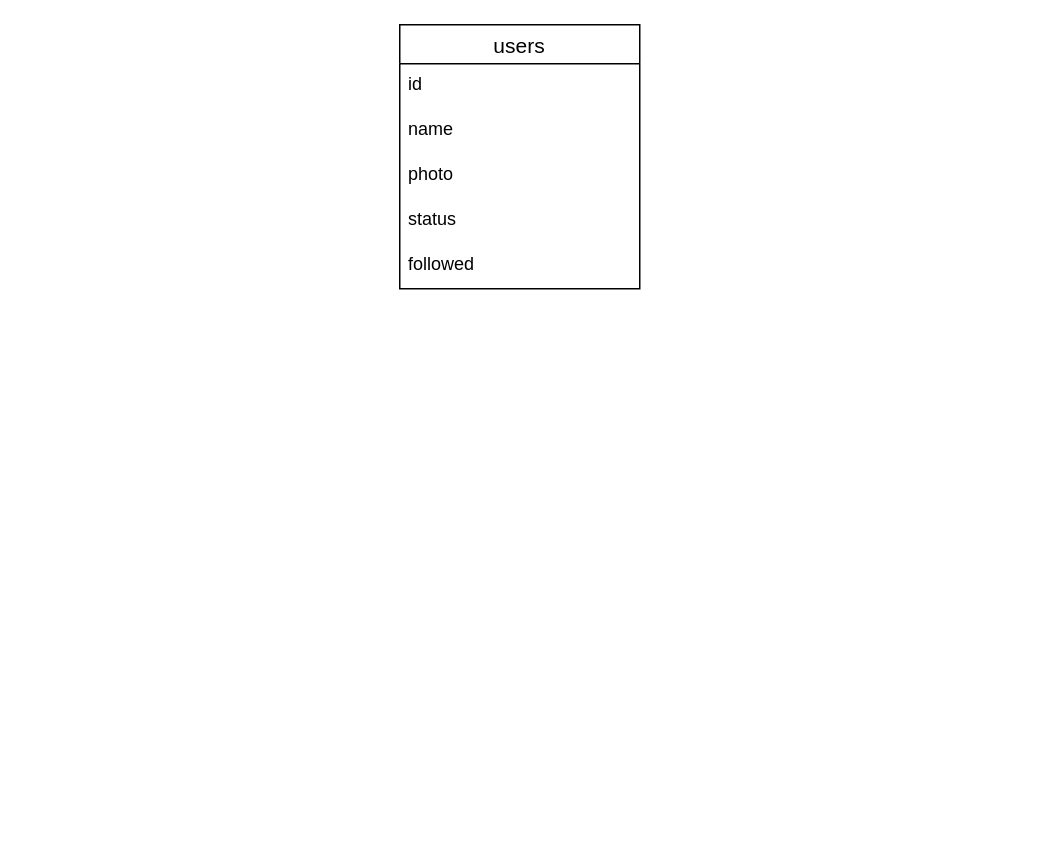
The draw.io diagram Untitled Diagram.drawio in 89224747505/diagrams, before the edit. Source tidied: cells renumbered, new cells numbered last; positions are measured from the earlier drawing's top-left corner, leaving out a move shared by most shapes. Both pictures are drawn from the tidied source at 150%, with x=0, y=0 at pixel (399, 24).
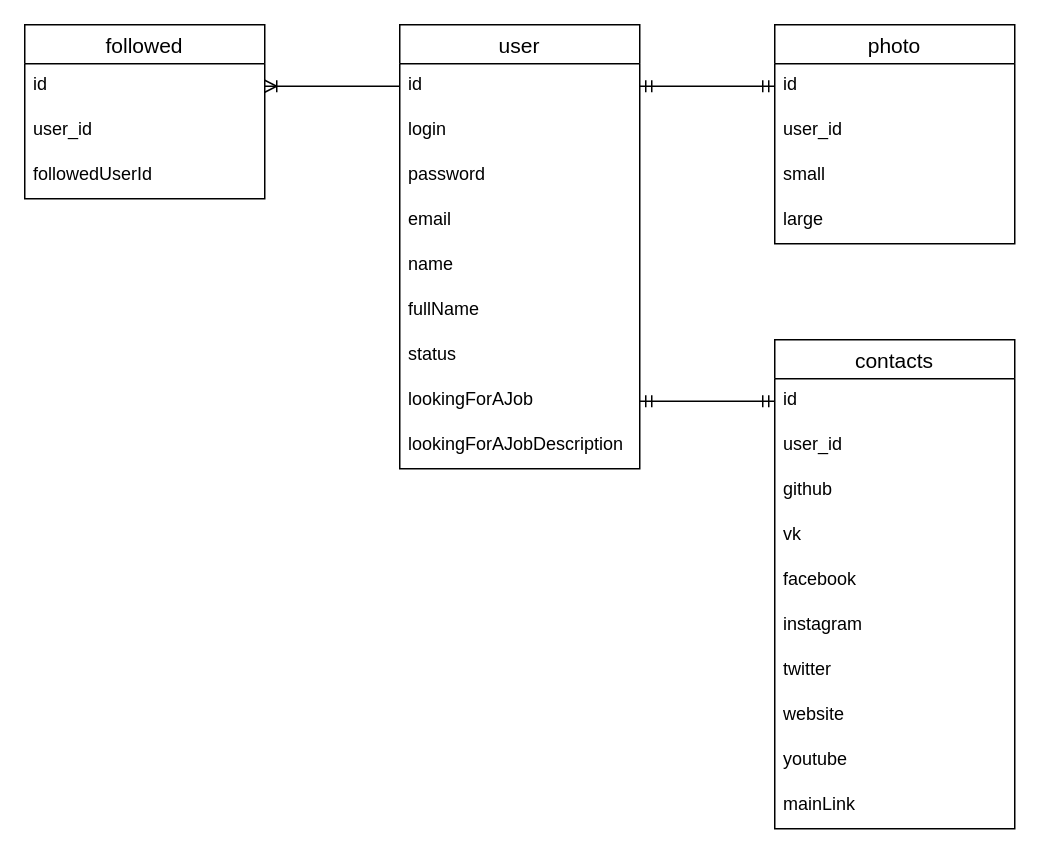
After the change.

Unchanged cells that the change refers to:
```xml
<mxCell id="3" value="id" style="text;strokeColor=none;fillColor=none;spacingLeft=4;spacingRight=4;overflow=hidden;points=[[0,0.5],[1,0.5]];portConstraint=eastwest;fontSize=12;" parent="2" vertex="1">
  <mxGeometry y="26" width="160" height="30" as="geometry" />
</mxCell>
```

Diff of the diagram source:
```diff
@@
-    <mxCell id="2" value="users" style="swimlane;fontStyle=0;horizontal=1;startSize=26;align=center;fontSize=14;" parent="1" vertex="1">
-      <mxGeometry width="160" height="176" as="geometry" />
+    <mxCell id="2" value="user" style="swimlane;fontStyle=0;horizontal=1;startSize=26;align=center;fontSize=14;" parent="1" vertex="1">
+      <mxGeometry width="160" height="296" as="geometry" />
     </mxCell>
@@
+    <mxCell id="8" value="login" style="text;strokeColor=none;fillColor=none;spacingLeft=4;spacingRight=4;overflow=hidden;fontSize=12;" parent="2" vertex="1">
+      <mxGeometry y="56" width="160" height="30" as="geometry" />
+    </mxCell>
+    <mxCell id="9" value="password" style="text;strokeColor=none;fillColor=none;spacingLeft=4;spacingRight=4;overflow=hidden;fontSize=12;" parent="2" vertex="1">
+      <mxGeometry y="86" width="160" height="30" as="geometry" />
+    </mxCell>
+    <mxCell id="10" value="email" style="text;strokeColor=none;fillColor=none;spacingLeft=4;spacingRight=4;overflow=hidden;fontSize=12;" parent="2" vertex="1">
+      <mxGeometry y="116" width="160" height="30" as="geometry" />
+    </mxCell>
     <mxCell id="4" value="name" style="text;strokeColor=none;fillColor=none;spacingLeft=4;spacingRight=4;overflow=hidden;fontSize=12;" parent="2" vertex="1">
-      <mxGeometry y="56" width="160" height="30" as="geometry" />
+      <mxGeometry y="146" width="160" height="30" as="geometry" />
     </mxCell>
+    <mxCell id="11" value="fullName" style="text;strokeColor=none;fillColor=none;spacingLeft=4;spacingRight=4;overflow=hidden;fontSize=12;" parent="2" vertex="1">
+      <mxGeometry y="176" width="160" height="30" as="geometry" />
+    </mxCell>
+    <mxCell id="6" value="status" style="text;strokeColor=none;fillColor=none;spacingLeft=4;spacingRight=4;overflow=hidden;fontSize=12;" parent="2" vertex="1">
+      <mxGeometry y="206" width="160" height="30" as="geometry" />
+    </mxCell>
+    <mxCell id="12" value="lookingForAJob" style="text;strokeColor=none;fillColor=none;spacingLeft=4;spacingRight=4;overflow=hidden;points=[[0,0.5],[1,0.5]];portConstraint=eastwest;fontSize=12;" parent="2" vertex="1">
+      <mxGeometry y="236" width="160" height="30" as="geometry" />
+    </mxCell>
+    <mxCell id="13" value="lookingForAJobDescription" style="text;strokeColor=none;fillColor=none;spacingLeft=4;spacingRight=4;overflow=hidden;fontSize=12;" parent="2" vertex="1">
+      <mxGeometry y="266" width="160" height="30" as="geometry" />
+    </mxCell>
-    <mxCell id="5" value="photo" style="text;strokeColor=none;fillColor=none;spacingLeft=4;spacingRight=4;overflow=hidden;fontSize=12;" parent="2" vertex="1">
-      <mxGeometry y="86" width="160" height="30" as="geometry" />
+    <mxCell id="5" value="photo" style="swimlane;fontStyle=0;horizontal=1;startSize=26;align=center;fontSize=14;" parent="1" vertex="1">
+      <mxGeometry x="250" width="160" height="146" as="geometry" />
     </mxCell>
-    <mxCell id="6" value="status" style="text;strokeColor=none;fillColor=none;spacingLeft=4;spacingRight=4;overflow=hidden;fontSize=12;" parent="2" vertex="1">
-      <mxGeometry y="116" width="160" height="30" as="geometry" />
-    </mxCell>
+    <mxCell id="14" value="id" style="text;strokeColor=none;fillColor=none;spacingLeft=4;spacingRight=4;overflow=hidden;points=[[0,0.5],[1,0.5]];portConstraint=eastwest;fontSize=12;" parent="5" vertex="1">
+      <mxGeometry y="26" width="160" height="30" as="geometry" />
+    </mxCell>
+    <mxCell id="15" value="user_id" style="text;strokeColor=none;fillColor=none;spacingLeft=4;spacingRight=4;overflow=hidden;fontSize=12;" parent="5" vertex="1">
+      <mxGeometry y="56" width="160" height="30" as="geometry" />
+    </mxCell>
+    <mxCell id="16" value="small" style="text;strokeColor=none;fillColor=none;spacingLeft=4;spacingRight=4;overflow=hidden;fontSize=12;" parent="5" vertex="1">
+      <mxGeometry y="86" width="160" height="30" as="geometry" />
+    </mxCell>
+    <mxCell id="17" value="large" style="text;strokeColor=none;fillColor=none;spacingLeft=4;spacingRight=4;overflow=hidden;fontSize=12;" parent="5" vertex="1">
+      <mxGeometry y="116" width="160" height="30" as="geometry" />
+    </mxCell>
+    <mxCell id="18" style="edgeStyle=orthogonalEdgeStyle;fontSize=12;html=1;endArrow=ERmandOne;startArrow=ERmandOne;rounded=0;exitX=1;exitY=0.5;exitDx=0;exitDy=0;entryX=0;entryY=0.5;entryDx=0;entryDy=0;" parent="1" edge="1" source="3" target="14">
+      <mxGeometry relative="1" as="geometry" />
+    </mxCell>
+    <mxCell id="19" value="contacts" style="swimlane;fontStyle=0;horizontal=1;startSize=26;align=center;fontSize=14;" parent="1" vertex="1">
+      <mxGeometry x="250" y="210" width="160" height="326" as="geometry" />
+    </mxCell>
+    <mxCell id="20" value="id" style="text;strokeColor=none;fillColor=none;spacingLeft=4;spacingRight=4;overflow=hidden;points=[[0,0.5],[1,0.5]];portConstraint=eastwest;fontSize=12;" parent="19" vertex="1">
+      <mxGeometry y="26" width="160" height="30" as="geometry" />
+    </mxCell>
+    <mxCell id="21" value="user_id" style="text;strokeColor=none;fillColor=none;spacingLeft=4;spacingRight=4;overflow=hidden;fontSize=12;" parent="19" vertex="1">
+      <mxGeometry y="56" width="160" height="30" as="geometry" />
+    </mxCell>
+    <mxCell id="22" value="github" style="text;strokeColor=none;fillColor=none;spacingLeft=4;spacingRight=4;overflow=hidden;fontSize=12;" parent="19" vertex="1">
+      <mxGeometry y="86" width="160" height="30" as="geometry" />
+    </mxCell>
+    <mxCell id="23" value="vk" style="text;strokeColor=none;fillColor=none;spacingLeft=4;spacingRight=4;overflow=hidden;fontSize=12;" parent="19" vertex="1">
+      <mxGeometry y="116" width="160" height="30" as="geometry" />
+    </mxCell>
+    <mxCell id="24" value="facebook" style="text;strokeColor=none;fillColor=none;spacingLeft=4;spacingRight=4;overflow=hidden;fontSize=12;" parent="19" vertex="1">
+      <mxGeometry y="146" width="160" height="30" as="geometry" />
+    </mxCell>
+    <mxCell id="25" value="instagram" style="text;strokeColor=none;fillColor=none;spacingLeft=4;spacingRight=4;overflow=hidden;fontSize=12;" parent="19" vertex="1">
+      <mxGeometry y="176" width="160" height="30" as="geometry" />
+    </mxCell>
+    <mxCell id="26" value="twitter" style="text;strokeColor=none;fillColor=none;spacingLeft=4;spacingRight=4;overflow=hidden;fontSize=12;" parent="19" vertex="1">
+      <mxGeometry y="206" width="160" height="30" as="geometry" />
+    </mxCell>
+    <mxCell id="27" value="website" style="text;strokeColor=none;fillColor=none;spacingLeft=4;spacingRight=4;overflow=hidden;fontSize=12;" parent="19" vertex="1">
+      <mxGeometry y="236" width="160" height="30" as="geometry" />
+    </mxCell>
+    <mxCell id="28" value="youtube" style="text;strokeColor=none;fillColor=none;spacingLeft=4;spacingRight=4;overflow=hidden;fontSize=12;" parent="19" vertex="1">
+      <mxGeometry y="266" width="160" height="30" as="geometry" />
+    </mxCell>
+    <mxCell id="29" value="mainLink" style="text;strokeColor=none;fillColor=none;spacingLeft=4;spacingRight=4;overflow=hidden;fontSize=12;" parent="19" vertex="1">
+      <mxGeometry y="296" width="160" height="30" as="geometry" />
+    </mxCell>
+    <mxCell id="30" style="edgeStyle=elbowEdgeStyle;fontSize=12;html=1;endArrow=ERmandOne;startArrow=ERmandOne;sketch=0;exitX=1;exitY=0.5;exitDx=0;exitDy=0;entryX=0;entryY=0.5;entryDx=0;entryDy=0;shadow=0;rounded=0;strokeColor=default;flowAnimation=0;orthogonal=0;comic=0;endFill=1;anchorPointDirection=1;fixDash=0;arcSize=20;noJump=0;jumpStyle=none;startSize=6;" parent="1" edge="1" source="12" target="20">
+      <mxGeometry relative="1" as="geometry" />
+    </mxCell>
-    <mxCell id="7" value="followed" style="text;strokeColor=none;fillColor=none;spacingLeft=4;spacingRight=4;overflow=hidden;fontSize=12;" parent="2" vertex="1">
-      <mxGeometry y="146" width="160" height="30" as="geometry" />
+    <mxCell id="7" value="followed" style="swimlane;fontStyle=0;horizontal=1;startSize=26;align=center;fontSize=14;" parent="1" vertex="1">
+      <mxGeometry x="-250" width="160" height="116" as="geometry" />
     </mxCell>
+    <mxCell id="31" value="id&#10;" style="text;strokeColor=none;fillColor=none;spacingLeft=4;spacingRight=4;overflow=hidden;points=[[0,0.5],[1,0.5]];portConstraint=eastwest;fontSize=12;" parent="7" vertex="1">
+      <mxGeometry y="26" width="160" height="30" as="geometry" />
+    </mxCell>
+    <mxCell id="32" value="user_id" style="text;strokeColor=none;fillColor=none;spacingLeft=4;spacingRight=4;overflow=hidden;fontSize=12;" parent="7" vertex="1">
+      <mxGeometry y="56" width="160" height="30" as="geometry" />
+    </mxCell>
+    <mxCell id="33" value="followedUserId" style="text;strokeColor=none;fillColor=none;spacingLeft=4;spacingRight=4;overflow=hidden;fontSize=12;" parent="7" vertex="1">
+      <mxGeometry y="86" width="160" height="30" as="geometry" />
+    </mxCell>
+    <mxCell id="34" style="edgeStyle=orthogonalEdgeStyle;fontSize=12;html=1;endArrow=ERoneToMany;rounded=0;shadow=0;comic=0;sketch=0;startSize=6;strokeColor=default;jumpStyle=none;entryX=1;entryY=0.5;entryDx=0;entryDy=0;exitX=0;exitY=0.5;exitDx=0;exitDy=0;" parent="1" edge="1" source="3" target="31">
+      <mxGeometry relative="1" as="geometry" />
+    </mxCell>
```
